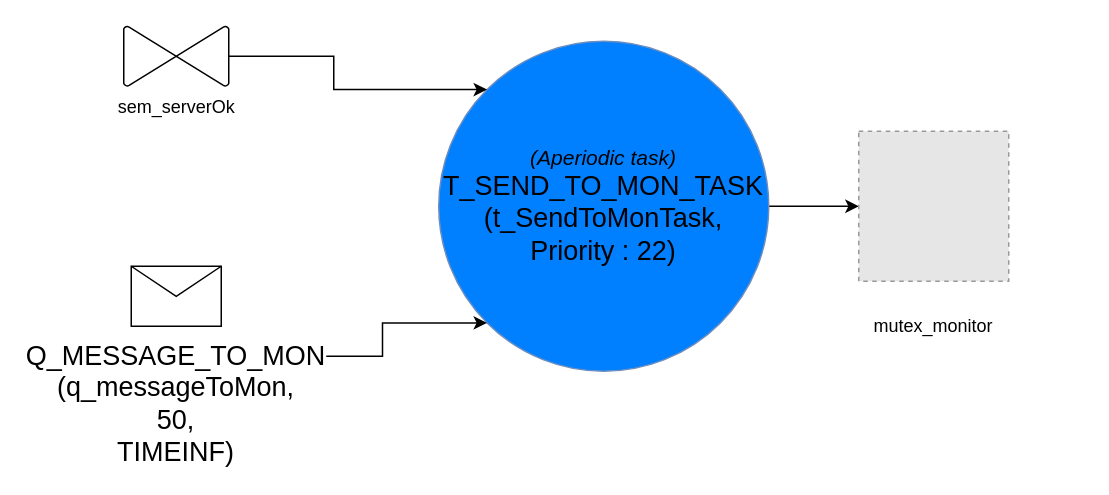
Earlier version of the draw.io diagram perso/conception/T_SEND_TO_MON_TASK.drawio (NoNo47400/rt_dumber_depo). Source tidied: cells renumbered, new cells numbered last; positions are measured from the earlier drawing's top-left corner, leaving out a move shared by most shapes. Both pictures are drawn from the tidied source at 150%, with x=0, y=0 at pixel (26, 26). Pictures stored in the file or linked from it are replaced by grey dashed boxes.
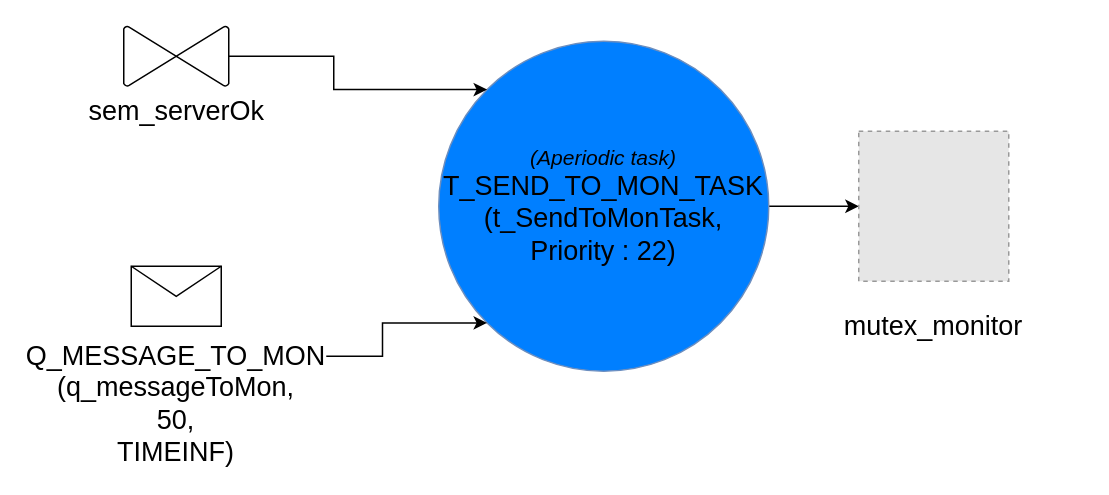
The same page after the edit.

The edit, as a diff of the source:
```diff
@@
 <mxGraphModel>
   <root>
     <mxCell id="0" />
     <mxCell id="1" parent="0" />
     <mxCell id="2" style="edgeStyle=orthogonalEdgeStyle;rounded=0;jettySize=auto;html=1;entryX=0;entryY=0.5;entryDx=0;entryDy=0;" parent="1" edge="1" source="3" target="8">
       <mxGeometry relative="1" as="geometry" />
     </mxCell>
     <mxCell id="3" value="&lt;font&gt;&lt;i&gt;&lt;font style=&quot;font-size: 14px&quot;&gt;(Aperiodic task)&lt;br&gt;&lt;/font&gt;&lt;/i&gt;&lt;font size=&quot;4&quot;&gt;T_SEND_TO_MON_TASK&lt;/font&gt;&lt;br&gt;&lt;font size=&quot;4&quot;&gt;(t_SendToMonTask, Priority : 22)&lt;/font&gt;&lt;br&gt;&lt;/font&gt;" style="ellipse;whiteSpace=wrap;html=1;fillColor=#007FFF;strokeColor=#6c8ebf;" parent="1" vertex="1">
       <mxGeometry x="275" y="10" width="220" height="220" as="geometry" />
     </mxCell>
     <mxCell id="4" style="edgeStyle=orthogonalEdgeStyle;rounded=0;jettySize=auto;html=1;entryX=0;entryY=0;entryDx=0;entryDy=0;" parent="1" edge="1" source="5" target="3">
       <mxGeometry relative="1" as="geometry" />
     </mxCell>
-    <mxCell id="5" value="sem_serverOk" style="verticalLabelPosition=bottom;verticalAlign=top;html=1;shape=mxgraph.flowchart.collate;direction=south;rotation=0;" parent="1" vertex="1">
+    <mxCell id="5" value="&lt;font style=&quot;font-size: 18px;&quot;&gt;sem_serverOk&lt;/font&gt;" style="verticalLabelPosition=bottom;verticalAlign=top;html=1;shape=mxgraph.flowchart.collate;direction=south;rotation=0;" parent="1" vertex="1">
       <mxGeometry x="65" width="70" height="40" as="geometry" />
     </mxCell>
     <mxCell id="6" style="edgeStyle=orthogonalEdgeStyle;rounded=0;jettySize=auto;html=1;entryX=0;entryY=1;entryDx=0;entryDy=0;exitX=1;exitY=0.5;exitDx=0;exitDy=0;" parent="1" edge="1" source="12" target="3">
       <mxGeometry relative="1" as="geometry" />
     </mxCell>
     <mxCell id="7" style="group;" parent="1" vertex="1">
       <mxGeometry x="505" y="70" width="200" height="140" as="geometry" />
     </mxCell>
     <mxCell id="8" style="fillColor=#E6E6E6;strokeColor=#999999;dashed=1;verticalLabelPosition=bottom;labelBackgroundColor=#ffffff;verticalAlign=top;" parent="7" vertex="1">
       <mxGeometry x="50" width="100" height="100" as="geometry" />
     </mxCell>
-    <mxCell id="9" value="mutex_monitor" style="text;html=1;strokeColor=none;fillColor=none;align=center;verticalAlign=middle;whiteSpace=wrap;rounded=0;" parent="7" vertex="1">
+    <mxCell id="9" value="&lt;font style=&quot;font-size: 18px;&quot;&gt;mutex_monitor&lt;/font&gt;" style="text;html=1;strokeColor=none;fillColor=none;align=center;verticalAlign=middle;whiteSpace=wrap;rounded=0;" parent="7" vertex="1">
       <mxGeometry y="120" width="200" height="20" as="geometry" />
     </mxCell>
     <mxCell id="10" style="group;" parent="1" vertex="1">
       <mxGeometry y="160" width="200" height="70" as="geometry" />
     </mxCell>
     <mxCell id="11" style="shape=message;html=1;whiteSpace=wrap;html=1;" parent="10" vertex="1">
       <mxGeometry x="70" width="60" height="40" as="geometry" />
     </mxCell>
     <mxCell id="12" value="&lt;font style=&quot;font-size: 18px&quot;&gt;&lt;br&gt;&lt;br&gt;&lt;br&gt;Q_MESSAGE_TO_MON&lt;br&gt;(q_messageToMon,&lt;br&gt;50,&lt;br&gt;TIMEINF)&lt;br&gt;&lt;/font&gt;" style="text;html=1;strokeColor=none;fillColor=none;align=center;verticalAlign=middle;whiteSpace=wrap;rounded=0;" parent="10" vertex="1">
       <mxGeometry y="50" width="200" height="20" as="geometry" />
     </mxCell>
   </root>
 </mxGraphModel>
```
